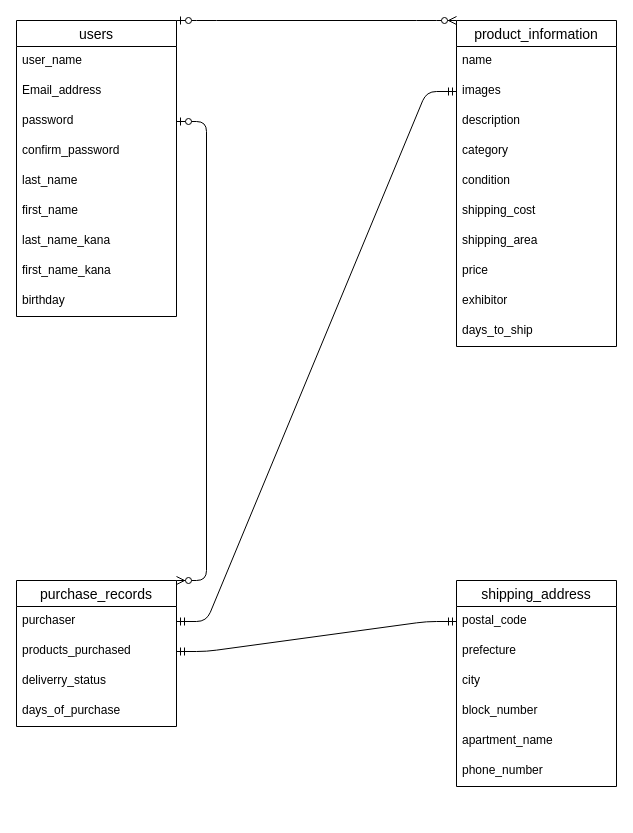
This is ER.dio from ren6161/furima-39189-d, a draw.io file, before an edit. Source tidied: cells renumbered, new cells numbered last; positions are measured from the earlier drawing's top-left corner, leaving out a move shared by most shapes. Both pictures are drawn from the tidied source at 100%, with x=0, y=0 at pixel (16, 20).
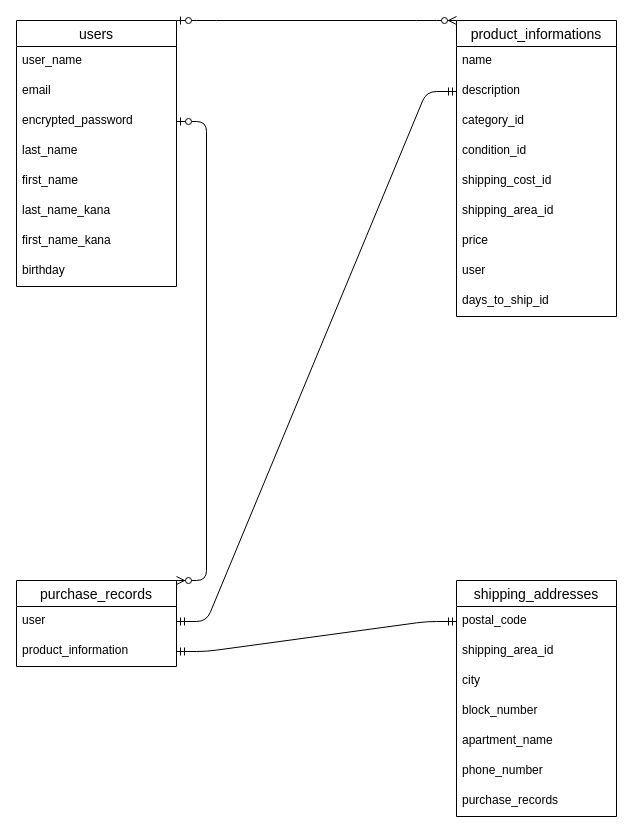
Above is the later version.

Commit message:
データベースER

Change to the diagram source:
```diff
@@
     <mxCell id="2" value="users" style="swimlane;fontStyle=0;horizontal=1;startSize=26;align=center;fontSize=14;" parent="1" vertex="1">
-      <mxGeometry width="160" height="296" as="geometry" />
+      <mxGeometry width="160" height="266" as="geometry" />
     </mxCell>
@@
-    <mxCell id="4" value="Email_address" style="text;strokeColor=none;fillColor=none;spacingLeft=4;spacingRight=4;overflow=hidden;fontSize=12;rounded=0;" parent="2" vertex="1">
-      <mxGeometry y="56" width="160" height="30" as="geometry" />
-    </mxCell>
-    <mxCell id="5" value="password" style="text;strokeColor=none;fillColor=none;spacingLeft=4;spacingRight=4;overflow=hidden;points=[[0,0.5],[1,0.5]];portConstraint=eastwest;fontSize=12;" parent="2" vertex="1">
-      <mxGeometry y="86" width="160" height="30" as="geometry" />
-    </mxCell>
-    <mxCell id="6" value="confirm_password" style="text;strokeColor=none;fillColor=none;spacingLeft=4;spacingRight=4;overflow=hidden;fontSize=12;" parent="2" vertex="1">
-      <mxGeometry y="116" width="160" height="30" as="geometry" />
-    </mxCell>
+    <mxCell id="39" value="email" style="text;strokeColor=none;fillColor=none;spacingLeft=4;spacingRight=4;overflow=hidden;fontSize=12;rounded=0;" parent="2" vertex="1">
+      <mxGeometry y="56" width="160" height="30" as="geometry" />
+    </mxCell>
+    <mxCell id="40" value="encrypted_password&#10;" style="text;strokeColor=none;fillColor=none;spacingLeft=4;spacingRight=4;overflow=hidden;fontSize=12;rounded=0;" parent="2" vertex="1">
+      <mxGeometry y="86" width="160" height="30" as="geometry" />
+    </mxCell>
     <mxCell id="7" value="last_name" style="text;strokeColor=none;fillColor=none;spacingLeft=4;spacingRight=4;overflow=hidden;fontSize=12;" parent="2" vertex="1">
-      <mxGeometry y="146" width="160" height="30" as="geometry" />
+      <mxGeometry y="116" width="160" height="30" as="geometry" />
     </mxCell>
     <mxCell id="8" value="first_name" style="text;strokeColor=none;fillColor=none;spacingLeft=4;spacingRight=4;overflow=hidden;fontSize=12;" parent="2" vertex="1">
-      <mxGeometry y="176" width="160" height="30" as="geometry" />
+      <mxGeometry y="146" width="160" height="30" as="geometry" />
     </mxCell>
     <mxCell id="9" value="last_name_kana" style="text;strokeColor=none;fillColor=none;spacingLeft=4;spacingRight=4;overflow=hidden;fontSize=12;" parent="2" vertex="1">
-      <mxGeometry y="206" width="160" height="30" as="geometry" />
+      <mxGeometry y="176" width="160" height="30" as="geometry" />
     </mxCell>
     <mxCell id="10" value="first_name_kana" style="text;strokeColor=none;fillColor=none;spacingLeft=4;spacingRight=4;overflow=hidden;fontSize=12;" parent="2" vertex="1">
-      <mxGeometry y="236" width="160" height="30" as="geometry" />
+      <mxGeometry y="206" width="160" height="30" as="geometry" />
     </mxCell>
     <mxCell id="11" value="birthday" style="text;strokeColor=none;fillColor=none;spacingLeft=4;spacingRight=4;overflow=hidden;fontSize=12;" parent="2" vertex="1">
-      <mxGeometry y="266" width="160" height="30" as="geometry" />
+      <mxGeometry y="236" width="160" height="30" as="geometry" />
     </mxCell>
-    <mxCell id="12" value="product_information" style="swimlane;fontStyle=0;horizontal=1;startSize=26;align=center;fontSize=14;" parent="1" vertex="1">
-      <mxGeometry x="440" width="160" height="326" as="geometry" />
+    <mxCell id="12" value="product_informations" style="swimlane;fontStyle=0;horizontal=1;startSize=26;align=center;fontSize=14;" parent="1" vertex="1">
+      <mxGeometry x="440" width="160" height="296" as="geometry" />
     </mxCell>
@@
-    <mxCell id="14" value="images" style="text;strokeColor=none;fillColor=none;spacingLeft=4;spacingRight=4;overflow=hidden;points=[[0,0.5],[1,0.5]];portConstraint=eastwest;fontSize=12;" parent="12" vertex="1">
-      <mxGeometry y="56" width="160" height="30" as="geometry" />
-    </mxCell>
     <mxCell id="15" value="description" style="text;strokeColor=none;fillColor=none;spacingLeft=4;spacingRight=4;overflow=hidden;fontSize=12;" parent="12" vertex="1">
-      <mxGeometry y="86" width="160" height="30" as="geometry" />
+      <mxGeometry y="56" width="160" height="30" as="geometry" />
     </mxCell>
-    <mxCell id="16" value="category" style="text;strokeColor=none;fillColor=none;spacingLeft=4;spacingRight=4;overflow=hidden;fontSize=12;" parent="12" vertex="1">
-      <mxGeometry y="116" width="160" height="30" as="geometry" />
+    <mxCell id="16" value="category_id" style="text;strokeColor=none;fillColor=none;spacingLeft=4;spacingRight=4;overflow=hidden;fontSize=12;" parent="12" vertex="1">
+      <mxGeometry y="86" width="160" height="30" as="geometry" />
     </mxCell>
-    <mxCell id="17" value="condition" style="text;strokeColor=none;fillColor=none;spacingLeft=4;spacingRight=4;overflow=hidden;fontSize=12;" parent="12" vertex="1">
-      <mxGeometry y="146" width="160" height="30" as="geometry" />
+    <mxCell id="17" value="condition_id" style="text;strokeColor=none;fillColor=none;spacingLeft=4;spacingRight=4;overflow=hidden;fontSize=12;" parent="12" vertex="1">
+      <mxGeometry y="116" width="160" height="30" as="geometry" />
     </mxCell>
-    <mxCell id="18" value="shipping_cost" style="text;strokeColor=none;fillColor=none;spacingLeft=4;spacingRight=4;overflow=hidden;fontSize=12;" parent="12" vertex="1">
-      <mxGeometry y="176" width="160" height="30" as="geometry" />
+    <mxCell id="18" value="shipping_cost_id" style="text;strokeColor=none;fillColor=none;spacingLeft=4;spacingRight=4;overflow=hidden;fontSize=12;" parent="12" vertex="1">
+      <mxGeometry y="146" width="160" height="30" as="geometry" />
     </mxCell>
-    <mxCell id="19" value="shipping_area" style="text;strokeColor=none;fillColor=none;spacingLeft=4;spacingRight=4;overflow=hidden;fontSize=12;" parent="12" vertex="1">
-      <mxGeometry y="206" width="160" height="30" as="geometry" />
+    <mxCell id="19" value="shipping_area_id" style="text;strokeColor=none;fillColor=none;spacingLeft=4;spacingRight=4;overflow=hidden;fontSize=12;" parent="12" vertex="1">
+      <mxGeometry y="176" width="160" height="30" as="geometry" />
     </mxCell>
     <mxCell id="20" value="price" style="text;strokeColor=none;fillColor=none;spacingLeft=4;spacingRight=4;overflow=hidden;fontSize=12;" parent="12" vertex="1">
-      <mxGeometry y="236" width="160" height="30" as="geometry" />
+      <mxGeometry y="206" width="160" height="30" as="geometry" />
     </mxCell>
-    <mxCell id="21" value="exhibitor" style="text;strokeColor=none;fillColor=none;spacingLeft=4;spacingRight=4;overflow=hidden;fontSize=12;" parent="12" vertex="1">
-      <mxGeometry y="266" width="160" height="30" as="geometry" />
+    <mxCell id="21" value="user" style="text;strokeColor=none;fillColor=none;spacingLeft=4;spacingRight=4;overflow=hidden;fontSize=12;" parent="12" vertex="1">
+      <mxGeometry y="236" width="160" height="30" as="geometry" />
     </mxCell>
-    <mxCell id="22" value="days_to_ship" style="text;strokeColor=none;fillColor=none;spacingLeft=4;spacingRight=4;overflow=hidden;fontSize=12;" parent="12" vertex="1">
-      <mxGeometry y="296" width="160" height="30" as="geometry" />
+    <mxCell id="22" value="days_to_ship_id" style="text;strokeColor=none;fillColor=none;spacingLeft=4;spacingRight=4;overflow=hidden;fontSize=12;" parent="12" vertex="1">
+      <mxGeometry y="266" width="160" height="30" as="geometry" />
     </mxCell>
     <mxCell id="23" value="purchase_records" style="swimlane;fontStyle=0;horizontal=1;startSize=26;align=center;fontSize=14;" parent="1" vertex="1">
-      <mxGeometry y="560" width="160" height="146" as="geometry" />
+      <mxGeometry y="560" width="160" height="86" as="geometry" />
     </mxCell>
-    <mxCell id="24" value="purchaser" style="text;strokeColor=none;fillColor=none;spacingLeft=4;spacingRight=4;overflow=hidden;points=[[0,0.5],[1,0.5]];portConstraint=eastwest;fontSize=12;" parent="23" vertex="1">
-      <mxGeometry y="26" width="160" height="30" as="geometry" />
-    </mxCell>
-    <mxCell id="25" value="products_purchased" style="text;strokeColor=none;fillColor=none;spacingLeft=4;spacingRight=4;overflow=hidden;fontSize=12;" parent="23" vertex="1">
-      <mxGeometry y="56" width="160" height="30" as="geometry" />
-    </mxCell>
-    <mxCell id="26" value="deliverry_status" style="text;strokeColor=none;fillColor=none;spacingLeft=4;spacingRight=4;overflow=hidden;fontSize=12;" parent="23" vertex="1">
-      <mxGeometry y="86" width="160" height="30" as="geometry" />
+    <mxCell id="26" value="user" style="text;strokeColor=none;fillColor=none;spacingLeft=4;spacingRight=4;overflow=hidden;fontSize=12;" parent="23" vertex="1">
+      <mxGeometry y="26" width="160" height="30" as="geometry" />
     </mxCell>
-    <mxCell id="27" value="days_of_purchase" style="text;strokeColor=none;fillColor=none;spacingLeft=4;spacingRight=4;overflow=hidden;fontSize=12;" parent="23" vertex="1">
-      <mxGeometry y="116" width="160" height="30" as="geometry" />
+    <mxCell id="27" value="product_information" style="text;strokeColor=none;fillColor=none;spacingLeft=4;spacingRight=4;overflow=hidden;fontSize=12;" parent="23" vertex="1">
+      <mxGeometry y="56" width="160" height="30" as="geometry" />
     </mxCell>
-    <mxCell id="28" value="shipping_address" style="swimlane;fontStyle=0;horizontal=1;startSize=26;align=center;fontSize=14;" parent="1" vertex="1">
-      <mxGeometry x="440" y="560" width="160" height="206" as="geometry" />
+    <mxCell id="28" value="shipping_addresses" style="swimlane;fontStyle=0;horizontal=1;startSize=26;align=center;fontSize=14;" parent="1" vertex="1">
+      <mxGeometry x="440" y="560" width="160" height="236" as="geometry" />
     </mxCell>
@@
-    <mxCell id="30" value="prefecture" style="text;strokeColor=none;fillColor=none;spacingLeft=4;spacingRight=4;overflow=hidden;fontSize=12;" parent="28" vertex="1">
+    <mxCell id="30" value="shipping_area_id" style="text;strokeColor=none;fillColor=none;spacingLeft=4;spacingRight=4;overflow=hidden;fontSize=12;" parent="28" vertex="1">
       <mxGeometry y="56" width="160" height="30" as="geometry" />
     </mxCell>
@@
+    <mxCell id="41" value="phone_number" style="text;strokeColor=none;fillColor=none;spacingLeft=4;spacingRight=4;overflow=hidden;fontSize=12;" parent="28" vertex="1">
+      <mxGeometry y="176" width="160" height="30" as="geometry" />
+    </mxCell>
-    <mxCell id="34" value="phone_number" style="text;strokeColor=none;fillColor=none;spacingLeft=4;spacingRight=4;overflow=hidden;fontSize=12;" parent="28" vertex="1">
-      <mxGeometry y="176" width="160" height="30" as="geometry" />
+    <mxCell id="34" value="purchase_records" style="text;strokeColor=none;fillColor=none;spacingLeft=4;spacingRight=4;overflow=hidden;fontSize=12;" parent="28" vertex="1">
+      <mxGeometry y="206" width="160" height="30" as="geometry" />
     </mxCell>
@@
-    <mxCell id="36" style="edgeStyle=entityRelationEdgeStyle;fontSize=12;html=1;endArrow=ERmandOne;startArrow=ERmandOne;exitX=1;exitY=0.5;exitDx=0;exitDy=0;entryX=0;entryY=0.5;entryDx=0;entryDy=0;" parent="1" edge="1" source="24" target="14">
-      <mxGeometry relative="1" as="geometry" />
+    <mxCell id="36" style="edgeStyle=entityRelationEdgeStyle;fontSize=12;html=1;endArrow=ERmandOne;startArrow=ERmandOne;exitX=1;exitY=0.5;exitDx=0;exitDy=0;entryX=0;entryY=0.5;entryDx=0;entryDy=0;" parent="1" edge="1">
+      <mxGeometry relative="1" as="geometry">
+        <mxPoint x="160" y="601" as="sourcePoint" />
+        <mxPoint x="440" y="71" as="targetPoint" />
+      </mxGeometry>
     </mxCell>
@@
-    <mxCell id="38" style="edgeStyle=entityRelationEdgeStyle;fontSize=12;html=1;endArrow=ERzeroToMany;startArrow=ERzeroToOne;entryX=1;entryY=0;entryDx=0;entryDy=0;exitX=1;exitY=0.5;exitDx=0;exitDy=0;" parent="1" edge="1" source="5" target="23">
-      <mxGeometry relative="1" as="geometry" />
+    <mxCell id="38" style="edgeStyle=entityRelationEdgeStyle;fontSize=12;html=1;endArrow=ERzeroToMany;startArrow=ERzeroToOne;entryX=1;entryY=0;entryDx=0;entryDy=0;exitX=1;exitY=0.5;exitDx=0;exitDy=0;" parent="1" edge="1" target="23">
+      <mxGeometry relative="1" as="geometry">
+        <mxPoint x="160" y="101" as="sourcePoint" />
+      </mxGeometry>
     </mxCell>
```
